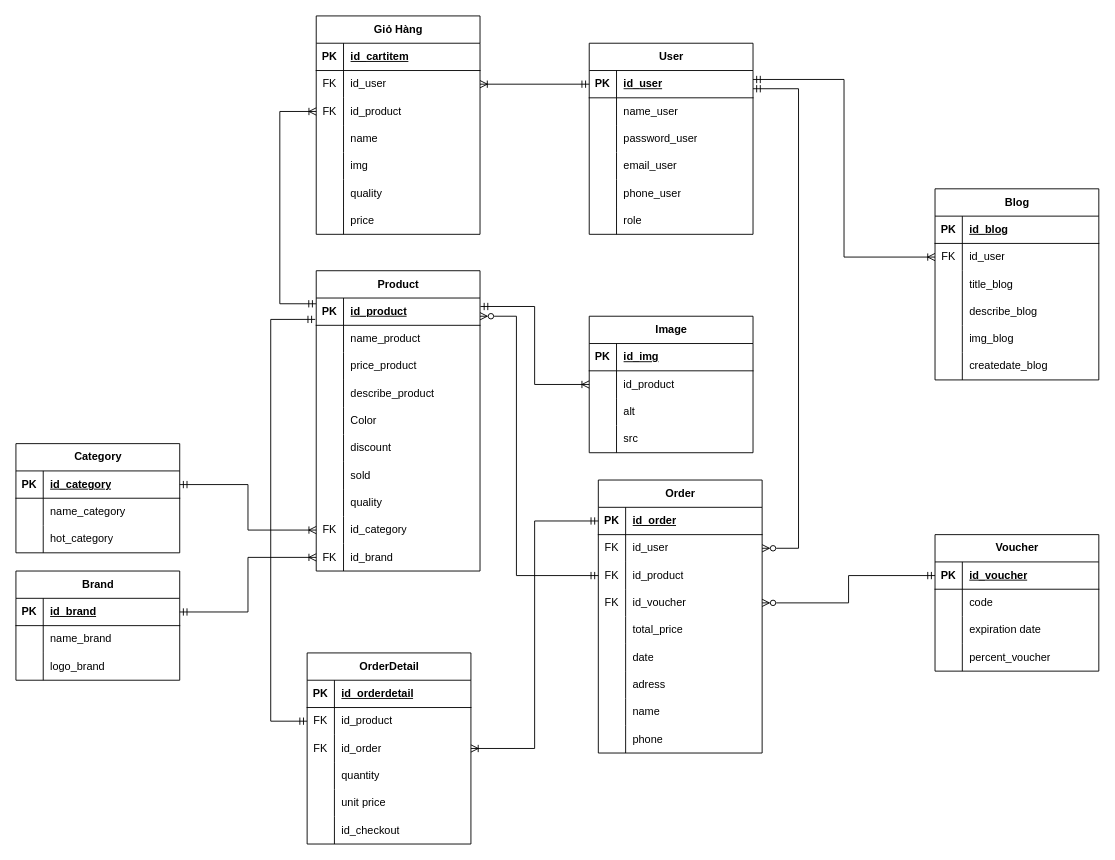
The draw.io diagram VN.drawio in Blion00/Blion00, before the edit. Source tidied: cells renumbered, new cells numbered last; positions are measured from the earlier drawing's top-left corner, leaving out a move shared by most shapes. Both pictures are drawn from the tidied source at 91%, with x=0, y=0 at pixel (15, 15).
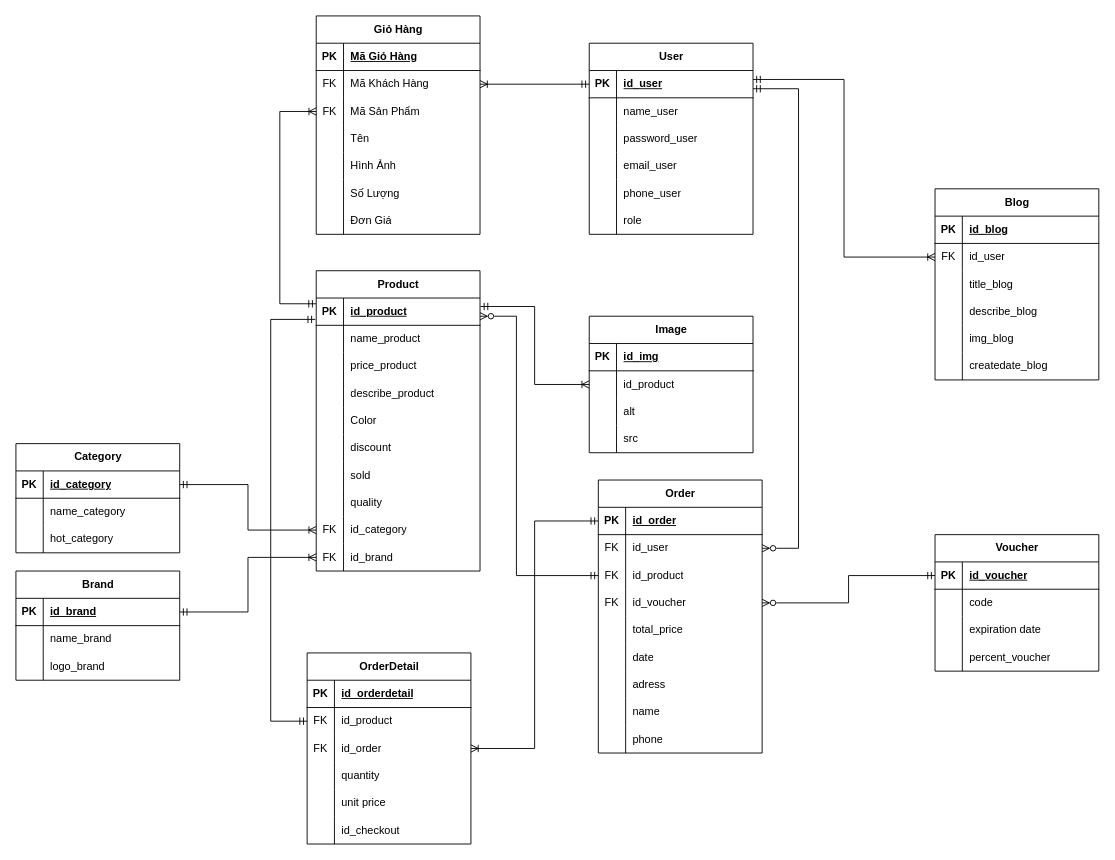
Above is the later version.

The change refers to these unchanged cells:
```xml
<mxCell id="95" style="shape=tableRow;horizontal=0;startSize=0;swimlaneHead=0;swimlaneBody=0;fillColor=none;top=0;left=0;right=0;bottom=1;" parent="94" vertex="1">
  <mxGeometry y="30" width="180" height="30" as="geometry" />
</mxCell>
<mxCell id="98" style="shape=tableRow;horizontal=0;startSize=0;swimlaneHead=0;swimlaneBody=0;fillColor=none;points=[[0,0.5],[1,0.5]];portConstraint=eastwest;top=0;left=0;right=0;bottom=0;" parent="94" vertex="1">
  <mxGeometry y="60" width="180" height="30" as="geometry" />
</mxCell>
<mxCell id="101" style="shape=tableRow;horizontal=0;startSize=0;swimlaneHead=0;swimlaneBody=0;fillColor=none;points=[[0,0.5],[1,0.5]];portConstraint=eastwest;top=0;left=0;right=0;bottom=0;" parent="94" vertex="1">
  <mxGeometry y="90" width="180" height="30" as="geometry" />
</mxCell>
<mxCell id="104" style="shape=tableRow;horizontal=0;startSize=0;swimlaneHead=0;swimlaneBody=0;fillColor=none;top=0;left=0;right=0;bottom=0;" parent="94" vertex="1">
  <mxGeometry y="120" width="180" height="30" as="geometry" />
</mxCell>
<mxCell id="107" style="shape=tableRow;horizontal=0;startSize=0;swimlaneHead=0;swimlaneBody=0;fillColor=none;top=0;left=0;right=0;bottom=0;" parent="94" vertex="1">
  <mxGeometry y="150" width="180" height="30" as="geometry" />
</mxCell>
<mxCell id="110" style="shape=tableRow;horizontal=0;startSize=0;swimlaneHead=0;swimlaneBody=0;fillColor=none;top=0;left=0;right=0;bottom=0;" parent="94" vertex="1">
  <mxGeometry y="180" width="180" height="30" as="geometry" />
</mxCell>
<mxCell id="113" style="shape=tableRow;horizontal=0;startSize=0;swimlaneHead=0;swimlaneBody=0;fillColor=none;top=0;left=0;right=0;bottom=0;" parent="94" vertex="1">
  <mxGeometry y="210" width="180" height="30" as="geometry" />
</mxCell>
```

Diff of the diagram source:
```diff
@@
-    <mxCell id="97" value="id_cartitem" style="shape=partialRectangle;fillColor=none;top=0;left=0;bottom=0;right=0;align=left;spacingLeft=6;fontStyle=5;overflow=hidden;whiteSpace=wrap;html=1;" parent="95" vertex="1">
+    <mxCell id="97" value="Mã Giỏ Hàng" style="shape=partialRectangle;fillColor=none;top=0;left=0;bottom=0;right=0;align=left;spacingLeft=6;fontStyle=5;overflow=hidden;whiteSpace=wrap;html=1;" parent="95" vertex="1">
       <mxGeometry x="30" width="150" height="30" as="geometry" />
     </mxCell>
@@
-    <mxCell id="100" value="id_user" style="shape=partialRectangle;fillColor=none;top=0;left=0;bottom=0;right=0;align=left;spacingLeft=6;overflow=hidden;whiteSpace=wrap;html=1;" parent="98" vertex="1">
+    <mxCell id="100" value="Mã Khách Hàng" style="shape=partialRectangle;fillColor=none;top=0;left=0;bottom=0;right=0;align=left;spacingLeft=6;overflow=hidden;whiteSpace=wrap;html=1;" parent="98" vertex="1">
       <mxGeometry x="30" width="150" height="30" as="geometry" />
     </mxCell>
@@
-    <mxCell id="103" value="id_product" style="shape=partialRectangle;fillColor=none;top=0;left=0;bottom=0;right=0;align=left;spacingLeft=6;overflow=hidden;whiteSpace=wrap;html=1;" parent="101" vertex="1">
+    <mxCell id="103" value="Mã Sản Phẩm" style="shape=partialRectangle;fillColor=none;top=0;left=0;bottom=0;right=0;align=left;spacingLeft=6;overflow=hidden;whiteSpace=wrap;html=1;" parent="101" vertex="1">
       <mxGeometry x="30" width="150" height="30" as="geometry" />
     </mxCell>
@@
-    <mxCell id="106" value="name" style="shape=partialRectangle;fillColor=none;top=0;left=0;bottom=0;right=0;align=left;spacingLeft=6;overflow=hidden;whiteSpace=wrap;html=1;" parent="104" vertex="1">
+    <mxCell id="106" value="Tên" style="shape=partialRectangle;fillColor=none;top=0;left=0;bottom=0;right=0;align=left;spacingLeft=6;overflow=hidden;whiteSpace=wrap;html=1;" parent="104" vertex="1">
       <mxGeometry x="30" width="150" height="30" as="geometry" />
     </mxCell>
@@
-    <mxCell id="109" value="img" style="shape=partialRectangle;fillColor=none;top=0;left=0;bottom=0;right=0;align=left;spacingLeft=6;overflow=hidden;whiteSpace=wrap;html=1;" parent="107" vertex="1">
+    <mxCell id="109" value="Hình Ảnh" style="shape=partialRectangle;fillColor=none;top=0;left=0;bottom=0;right=0;align=left;spacingLeft=6;overflow=hidden;whiteSpace=wrap;html=1;" parent="107" vertex="1">
       <mxGeometry x="30" width="150" height="30" as="geometry" />
     </mxCell>
@@
-    <mxCell id="112" value="quality" style="shape=partialRectangle;fillColor=none;top=0;left=0;bottom=0;right=0;align=left;spacingLeft=6;overflow=hidden;whiteSpace=wrap;html=1;" parent="110" vertex="1">
+    <mxCell id="112" value="Số Lượng" style="shape=partialRectangle;fillColor=none;top=0;left=0;bottom=0;right=0;align=left;spacingLeft=6;overflow=hidden;whiteSpace=wrap;html=1;" parent="110" vertex="1">
       <mxGeometry x="30" width="150" height="30" as="geometry" />
     </mxCell>
@@
-    <mxCell id="115" value="price" style="shape=partialRectangle;fillColor=none;top=0;left=0;bottom=0;right=0;align=left;spacingLeft=6;overflow=hidden;whiteSpace=wrap;html=1;" parent="113" vertex="1">
+    <mxCell id="115" value="Đơn Giá" style="shape=partialRectangle;fillColor=none;top=0;left=0;bottom=0;right=0;align=left;spacingLeft=6;overflow=hidden;whiteSpace=wrap;html=1;" parent="113" vertex="1">
       <mxGeometry x="30" width="150" height="30" as="geometry" />
     </mxCell>
```
